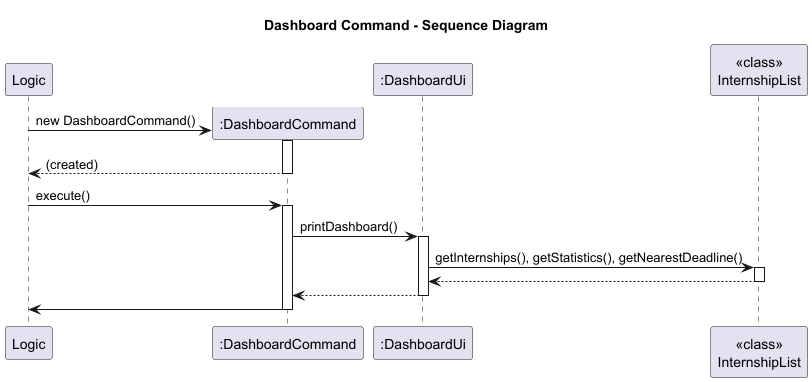
BenyAlbatross/tp keeps this PlantUML diagram as docs/diagrams/DashboardCommandSD.png. Above is the earlier version. The source it was exported from:
```plantuml
@startuml
title Dashboard Command - Sequence Diagram

participant Logic
create ":DashboardCommand" as DC
participant ":DashboardUi" as DUi
participant "<<class>>\nInternshipList" as IL

Logic -> DC** : new DashboardCommand()
activate DC
return (created)

Logic -> DC : execute()
activate DC

DC -> DUi : printDashboard()
activate DUi

DUi -> IL : getInternships(), getStatistics(), getNearestDeadline()
activate IL
IL --> DUi
deactivate IL

DUi --> DC
deactivate DUi

DC -> Logic
deactivate DC
@enduml
```
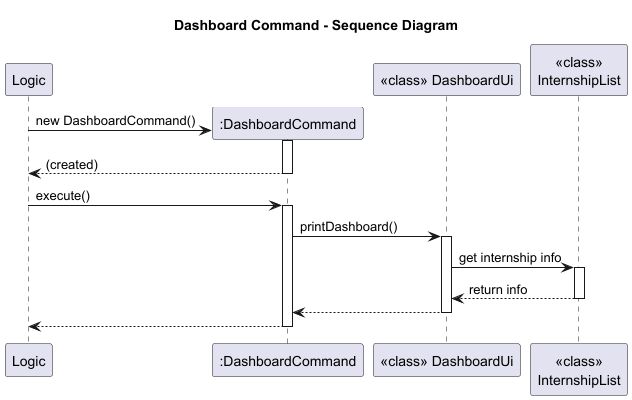
The same diagram one commit later.

Commit message:
Update Dashboard UML

The edit, as a diff of the source:
```diff
@@ -3,7 +3,7 @@
 
 participant Logic
 create ":DashboardCommand" as DC
-participant ":DashboardUi" as DUi
+participant "<<class>> DashboardUi" as DUi
 participant "<<class>>\nInternshipList" as IL
 
 Logic -> DC** : new DashboardCommand()
@@ -16,14 +16,14 @@
 DC -> DUi : printDashboard()
 activate DUi
 
-DUi -> IL : getInternships(), getStatistics(), getNearestDeadline()
+DUi -> IL : get internship info
 activate IL
-IL --> DUi
+IL --> DUi : return info
 deactivate IL
 
 DUi --> DC
 deactivate DUi
 
-DC -> Logic
+DC --> Logic
 deactivate DC
 @enduml
```
